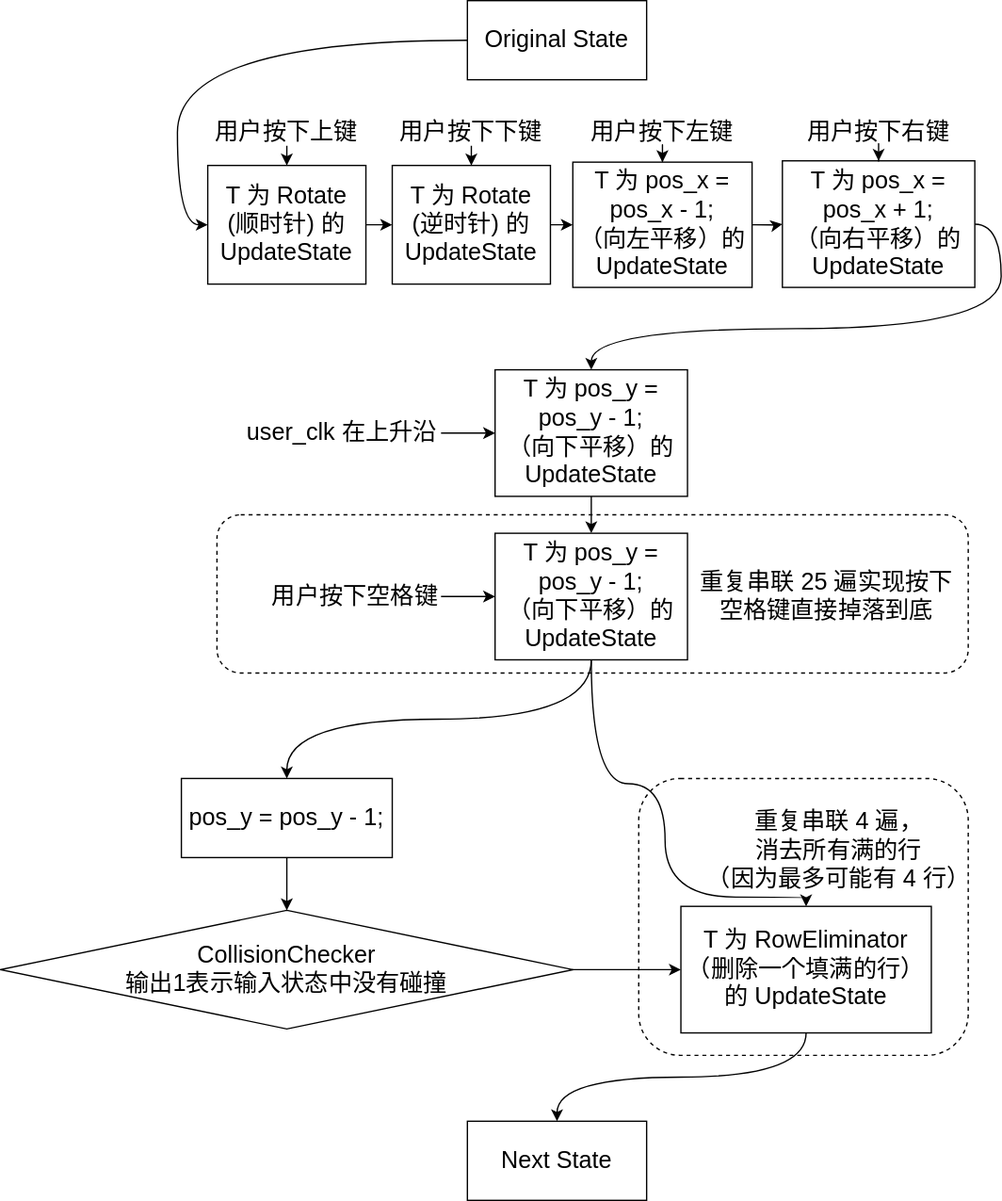
This is top/img/top-Page-final.svg from CHN-ChenYi/Tetris-on-SWORD-LCDF2021, a draw.io export, as it was before one commit. Source tidied: cells renumbered, new cells last; positions are measured from the earlier drawing's top-left corner, leaving out a move shared by most shapes. Its diagram source:
```xml
<mxGraphModel>
  <root>
    <mxCell id="0" />
    <mxCell id="1" parent="0" />
    <mxCell id="2" style="rounded=1;whiteSpace=wrap;html=1;gradientColor=none;fontSize=18;align=center;dashed=1;" parent="1" vertex="1">
      <mxGeometry x="484" y="590" width="250" height="210" as="geometry" />
    </mxCell>
    <mxCell id="3" style="rounded=1;whiteSpace=wrap;html=1;fontSize=18;align=center;dashed=1;" parent="1" vertex="1">
      <mxGeometry x="164" y="390" width="570" height="120" as="geometry" />
    </mxCell>
    <mxCell id="4" style="edgeStyle=orthogonalEdgeStyle;curved=1;rounded=0;jettySize=auto;html=1;entryX=0;entryY=0.5;entryDx=0;entryDy=0;fontSize=18;" parent="1" edge="1" source="5" target="7">
      <mxGeometry relative="1" as="geometry">
        <Array as="points">
          <mxPoint x="134" y="30" />
          <mxPoint x="134" y="170" />
        </Array>
      </mxGeometry>
    </mxCell>
    <mxCell id="5" value="Original State" style="rounded=0;whiteSpace=wrap;html=1;fontSize=18;align=center;" parent="1" vertex="1">
      <mxGeometry x="354" width="136" height="60" as="geometry" />
    </mxCell>
    <mxCell id="6" style="edgeStyle=orthogonalEdgeStyle;curved=1;rounded=0;jettySize=auto;html=1;entryX=0;entryY=0.5;entryDx=0;entryDy=0;fontSize=18;" parent="1" edge="1" source="7" target="11">
      <mxGeometry relative="1" as="geometry" />
    </mxCell>
    <mxCell id="7" value="T 为 Rotate&lt;br&gt;(顺时针) 的 UpdateState" style="rounded=0;whiteSpace=wrap;html=1;fontSize=18;align=center;" parent="1" vertex="1">
      <mxGeometry x="157" y="125" width="120" height="90" as="geometry" />
    </mxCell>
    <mxCell id="8" style="edgeStyle=orthogonalEdgeStyle;curved=1;rounded=0;jettySize=auto;html=1;fontSize=18;" parent="1" edge="1" source="9" target="7">
      <mxGeometry relative="1" as="geometry" />
    </mxCell>
    <mxCell id="9" value="用户按下上键" style="text;html=1;strokeColor=none;fillColor=none;align=center;verticalAlign=middle;whiteSpace=wrap;rounded=0;fontSize=18;" parent="1" vertex="1">
      <mxGeometry x="157" y="90" width="120" height="20" as="geometry" />
    </mxCell>
    <mxCell id="10" style="edgeStyle=orthogonalEdgeStyle;curved=1;rounded=0;jettySize=auto;html=1;entryX=0;entryY=0.5;entryDx=0;entryDy=0;fontSize=18;" parent="1" edge="1" source="11" target="15">
      <mxGeometry relative="1" as="geometry" />
    </mxCell>
    <mxCell id="11" value="T 为 Rotate&lt;br&gt;(逆时针) 的 UpdateState" style="rounded=0;whiteSpace=wrap;html=1;fontSize=18;align=center;" parent="1" vertex="1">
      <mxGeometry x="297" y="125" width="120" height="90" as="geometry" />
    </mxCell>
    <mxCell id="12" style="edgeStyle=orthogonalEdgeStyle;curved=1;rounded=0;jettySize=auto;html=1;fontSize=18;" parent="1" edge="1" source="13" target="11">
      <mxGeometry relative="1" as="geometry" />
    </mxCell>
    <mxCell id="13" value="用户按下下键" style="text;html=1;strokeColor=none;fillColor=none;align=center;verticalAlign=middle;whiteSpace=wrap;rounded=0;fontSize=18;" parent="1" vertex="1">
      <mxGeometry x="297" y="90" width="120" height="20" as="geometry" />
    </mxCell>
    <mxCell id="14" style="edgeStyle=orthogonalEdgeStyle;curved=1;rounded=0;jettySize=auto;html=1;entryX=0;entryY=0.5;entryDx=0;entryDy=0;fontSize=18;" parent="1" edge="1" source="15" target="19">
      <mxGeometry relative="1" as="geometry" />
    </mxCell>
    <mxCell id="15" value="T 为 pos_x = pos_x - 1;&lt;br&gt;（向左平移）的 UpdateState" style="rounded=0;whiteSpace=wrap;html=1;fontSize=18;align=center;" parent="1" vertex="1">
      <mxGeometry x="434" y="122.5" width="136" height="95" as="geometry" />
    </mxCell>
    <mxCell id="16" style="edgeStyle=orthogonalEdgeStyle;curved=1;rounded=0;jettySize=auto;html=1;fontSize=18;" parent="1" edge="1" source="17" target="15">
      <mxGeometry relative="1" as="geometry" />
    </mxCell>
    <mxCell id="17" value="用户按下左键" style="text;html=1;strokeColor=none;fillColor=none;align=center;verticalAlign=middle;whiteSpace=wrap;rounded=0;fontSize=18;" parent="1" vertex="1">
      <mxGeometry x="442" y="90" width="120" height="20" as="geometry" />
    </mxCell>
    <mxCell id="18" style="edgeStyle=orthogonalEdgeStyle;curved=1;rounded=0;jettySize=auto;html=1;entryX=0.5;entryY=0;entryDx=0;entryDy=0;fontSize=18;exitX=1;exitY=0.5;exitDx=0;exitDy=0;" parent="1" edge="1" source="19" target="23">
      <mxGeometry relative="1" as="geometry" />
    </mxCell>
    <mxCell id="19" value="T 为 pos_x = pos_x + 1;&lt;br&gt;（向右平移）的 UpdateState" style="rounded=0;whiteSpace=wrap;html=1;fontSize=18;align=center;" parent="1" vertex="1">
      <mxGeometry x="593" y="121.5" width="146" height="96" as="geometry" />
    </mxCell>
    <mxCell id="20" style="edgeStyle=orthogonalEdgeStyle;curved=1;rounded=0;jettySize=auto;html=1;fontSize=18;" parent="1" edge="1" source="21" target="19">
      <mxGeometry relative="1" as="geometry" />
    </mxCell>
    <mxCell id="21" value="用户按下右键" style="text;html=1;strokeColor=none;fillColor=none;align=center;verticalAlign=middle;whiteSpace=wrap;rounded=0;fontSize=18;" parent="1" vertex="1">
      <mxGeometry x="606" y="90" width="120" height="20" as="geometry" />
    </mxCell>
    <mxCell id="22" style="edgeStyle=orthogonalEdgeStyle;curved=1;rounded=0;jettySize=auto;html=1;entryX=0.5;entryY=0;entryDx=0;entryDy=0;fontSize=18;" parent="1" edge="1" source="23" target="28">
      <mxGeometry relative="1" as="geometry" />
    </mxCell>
    <mxCell id="23" value="T 为 pos_y = pos_y - 1;&lt;br&gt;（向下平移）的 UpdateState" style="rounded=0;whiteSpace=wrap;html=1;fontSize=18;align=center;" parent="1" vertex="1">
      <mxGeometry x="375" y="280" width="146" height="96" as="geometry" />
    </mxCell>
    <mxCell id="24" style="edgeStyle=orthogonalEdgeStyle;curved=1;rounded=0;jettySize=auto;html=1;entryX=0;entryY=0.5;entryDx=0;entryDy=0;fontSize=18;" parent="1" edge="1" source="25" target="23">
      <mxGeometry relative="1" as="geometry" />
    </mxCell>
    <mxCell id="25" value="user_clk 在上升沿" style="text;html=1;strokeColor=none;fillColor=none;align=center;verticalAlign=middle;whiteSpace=wrap;rounded=0;fontSize=18;" parent="1" vertex="1">
      <mxGeometry x="184" y="318" width="150" height="20" as="geometry" />
    </mxCell>
    <mxCell id="26" style="edgeStyle=orthogonalEdgeStyle;curved=1;rounded=0;jettySize=auto;html=1;entryX=0.5;entryY=0;entryDx=0;entryDy=0;fontSize=18;exitX=0.5;exitY=1;exitDx=0;exitDy=0;" parent="1" edge="1" source="28" target="33">
      <mxGeometry relative="1" as="geometry" />
    </mxCell>
    <mxCell id="27" style="edgeStyle=orthogonalEdgeStyle;curved=1;rounded=0;jettySize=auto;html=1;entryX=0.5;entryY=0;entryDx=0;entryDy=0;fontSize=18;exitX=0.5;exitY=1;exitDx=0;exitDy=0;" parent="1" edge="1" source="28" target="37">
      <mxGeometry relative="1" as="geometry">
        <Array as="points">
          <mxPoint x="448" y="594" />
          <mxPoint x="504" y="594" />
          <mxPoint x="504" y="680" />
          <mxPoint x="611" y="680" />
        </Array>
      </mxGeometry>
    </mxCell>
    <mxCell id="28" value="T 为 pos_y = pos_y - 1;&lt;br&gt;（向下平移）的 UpdateState" style="rounded=0;whiteSpace=wrap;html=1;fontSize=18;align=center;" parent="1" vertex="1">
      <mxGeometry x="375" y="404" width="146" height="96" as="geometry" />
    </mxCell>
    <mxCell id="29" style="edgeStyle=orthogonalEdgeStyle;curved=1;rounded=0;jettySize=auto;html=1;entryX=0;entryY=0.5;entryDx=0;entryDy=0;fontSize=18;" parent="1" edge="1" source="30" target="28">
      <mxGeometry relative="1" as="geometry" />
    </mxCell>
    <mxCell id="30" value="用户按下空格键" style="text;html=1;strokeColor=none;fillColor=none;align=center;verticalAlign=middle;whiteSpace=wrap;rounded=0;fontSize=18;" parent="1" vertex="1">
      <mxGeometry x="204" y="442" width="130" height="20" as="geometry" />
    </mxCell>
    <mxCell id="31" value="重复串联 25 遍实现按下&lt;br&gt;空格键直接掉落到底" style="text;html=1;strokeColor=none;fillColor=none;align=center;verticalAlign=middle;whiteSpace=wrap;rounded=0;dashed=1;fontSize=18;" parent="1" vertex="1">
      <mxGeometry x="527" y="417" width="199" height="70" as="geometry" />
    </mxCell>
    <mxCell id="32" style="edgeStyle=orthogonalEdgeStyle;curved=1;rounded=0;jettySize=auto;html=1;entryX=0.5;entryY=0;entryDx=0;entryDy=0;fontSize=18;" parent="1" edge="1" source="33" target="35">
      <mxGeometry relative="1" as="geometry" />
    </mxCell>
    <mxCell id="33" value="pos_y = pos_y - 1;" style="rounded=0;whiteSpace=wrap;html=1;gradientColor=none;fontSize=18;align=center;" parent="1" vertex="1">
      <mxGeometry x="137" y="590" width="160" height="60" as="geometry" />
    </mxCell>
    <mxCell id="34" style="edgeStyle=orthogonalEdgeStyle;curved=1;rounded=0;jettySize=auto;html=1;entryX=0;entryY=0.5;entryDx=0;entryDy=0;fontSize=18;" parent="1" edge="1" source="35" target="37">
      <mxGeometry relative="1" as="geometry" />
    </mxCell>
    <mxCell id="35" value="CollisionChecker&lt;br&gt;输出1表示输入状态中没有碰撞" style="rhombus;whiteSpace=wrap;html=1;fontSize=18;align=center;" parent="1" vertex="1">
      <mxGeometry y="690" width="434" height="90" as="geometry" />
    </mxCell>
    <mxCell id="36" style="edgeStyle=orthogonalEdgeStyle;curved=1;rounded=0;jettySize=auto;html=1;entryX=0.5;entryY=0;entryDx=0;entryDy=0;fontSize=18;exitX=0.5;exitY=1;exitDx=0;exitDy=0;" parent="1" edge="1" source="37" target="39">
      <mxGeometry relative="1" as="geometry" />
    </mxCell>
    <mxCell id="37" value="T 为 RowEliminator&lt;br&gt;（删除一个填满的行）&lt;br&gt;的 UpdateState" style="rounded=0;whiteSpace=wrap;html=1;fontSize=18;align=center;" parent="1" vertex="1">
      <mxGeometry x="516" y="687" width="190" height="96" as="geometry" />
    </mxCell>
    <mxCell id="38" value="重复串联 4 遍，&lt;br&gt;消去所有满的行&lt;br&gt;（因为最多可能有 4 行）" style="text;html=1;strokeColor=none;fillColor=none;align=center;verticalAlign=middle;whiteSpace=wrap;rounded=0;dashed=1;fontSize=18;" parent="1" vertex="1">
      <mxGeometry x="527" y="620" width="218" height="50" as="geometry" />
    </mxCell>
    <mxCell id="39" value="Next State" style="rounded=0;whiteSpace=wrap;html=1;fontSize=18;align=center;" parent="1" vertex="1">
      <mxGeometry x="354" y="850" width="136" height="60" as="geometry" />
    </mxCell>
  </root>
</mxGraphModel>
```
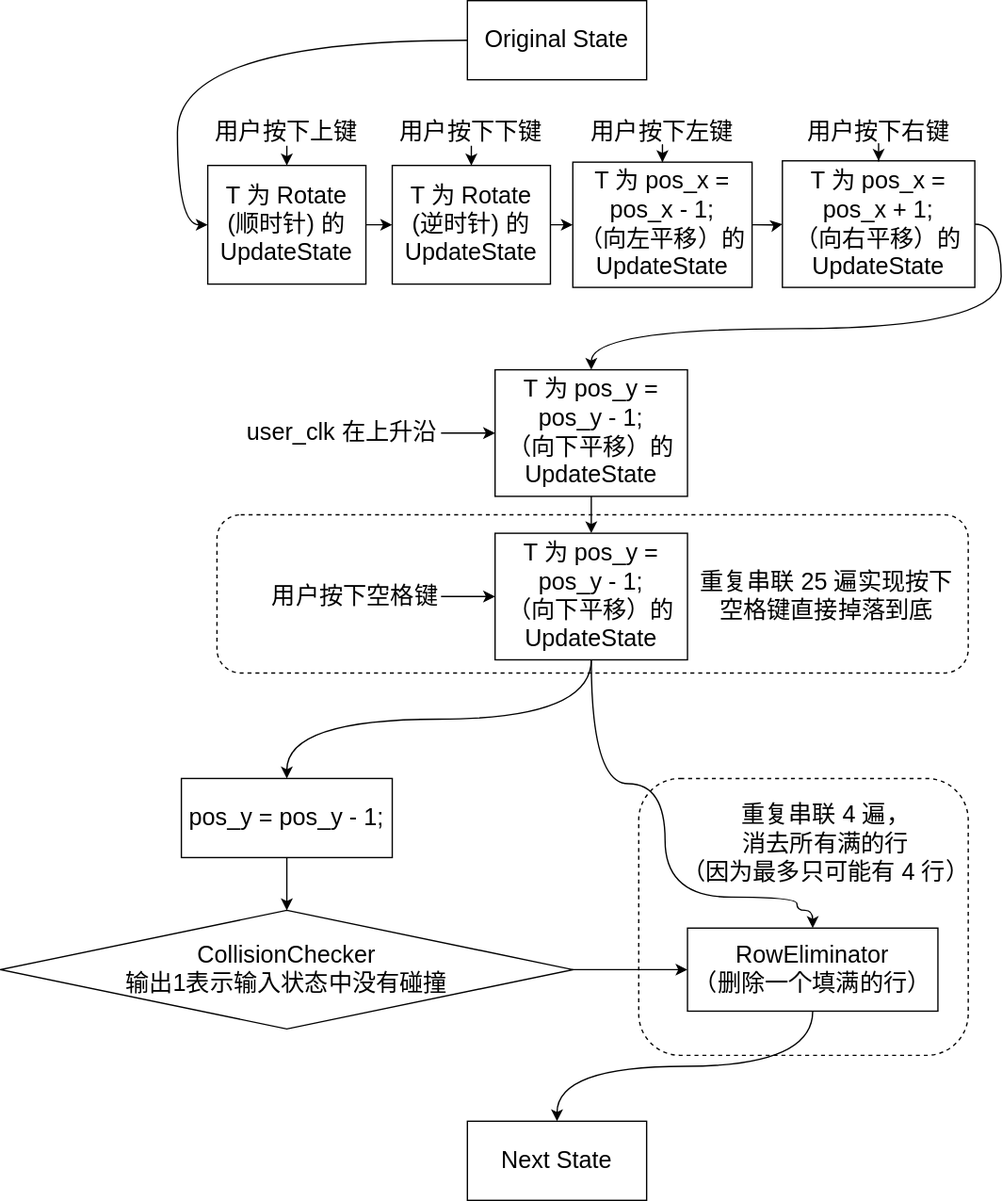
The same file after the commit.

What changed in the source:
```diff
@@ -88,7 +88,9 @@
           <mxPoint x="448" y="594" />
           <mxPoint x="504" y="594" />
           <mxPoint x="504" y="680" />
-          <mxPoint x="611" y="680" />
+          <mxPoint x="604" y="680" />
+          <mxPoint x="604" y="690" />
+          <mxPoint x="616" y="690" />
         </Array>
       </mxGeometry>
     </mxCell>
@@ -119,11 +121,11 @@
     <mxCell id="36" style="edgeStyle=orthogonalEdgeStyle;curved=1;rounded=0;jettySize=auto;html=1;entryX=0.5;entryY=0;entryDx=0;entryDy=0;fontSize=18;exitX=0.5;exitY=1;exitDx=0;exitDy=0;" parent="1" edge="1" source="37" target="39">
       <mxGeometry relative="1" as="geometry" />
     </mxCell>
-    <mxCell id="37" value="T 为 RowEliminator&lt;br&gt;（删除一个填满的行）&lt;br&gt;的 UpdateState" style="rounded=0;whiteSpace=wrap;html=1;fontSize=18;align=center;" parent="1" vertex="1">
-      <mxGeometry x="516" y="687" width="190" height="96" as="geometry" />
+    <mxCell id="37" value="RowEliminator&lt;br&gt;（删除一个填满的行）" style="rounded=0;whiteSpace=wrap;html=1;fontSize=18;align=center;" parent="1" vertex="1">
+      <mxGeometry x="521" y="703.5" width="190" height="63" as="geometry" />
     </mxCell>
-    <mxCell id="38" value="重复串联 4 遍，&lt;br&gt;消去所有满的行&lt;br&gt;（因为最多可能有 4 行）" style="text;html=1;strokeColor=none;fillColor=none;align=center;verticalAlign=middle;whiteSpace=wrap;rounded=0;dashed=1;fontSize=18;" parent="1" vertex="1">
-      <mxGeometry x="527" y="620" width="218" height="50" as="geometry" />
+    <mxCell id="38" value="重复串联 4 遍，&lt;br&gt;消去所有满的行&lt;br&gt;（因为最多只可能有 4 行）" style="text;html=1;strokeColor=none;fillColor=none;align=center;verticalAlign=middle;whiteSpace=wrap;rounded=0;dashed=1;fontSize=18;" parent="1" vertex="1">
+      <mxGeometry x="508" y="600" width="236" height="80" as="geometry" />
     </mxCell>
     <mxCell id="39" value="Next State" style="rounded=0;whiteSpace=wrap;html=1;fontSize=18;align=center;" parent="1" vertex="1">
       <mxGeometry x="354" y="850" width="136" height="60" as="geometry" />
```
